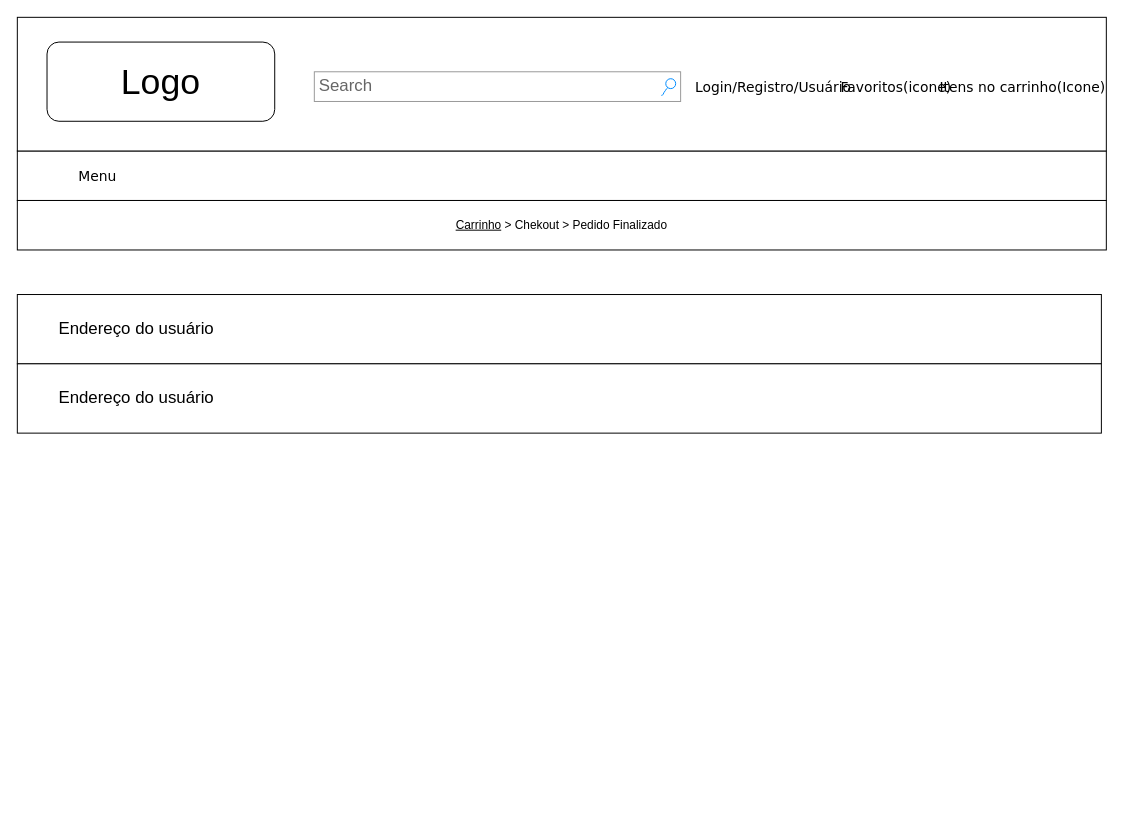
Above: page "7.1 Pagamento" (15 of 16) of wireframe.drawio in pdaambrosio/dh_group_5 (draw.io), before the change. Source tidied: cells renumbered, new cells numbered last; positions are measured from the earlier drawing's top-left corner, leaving out a move shared by most shapes. Both pictures are drawn from the tidied source at 99%, with x=0, y=0 at pixel (17, 17).
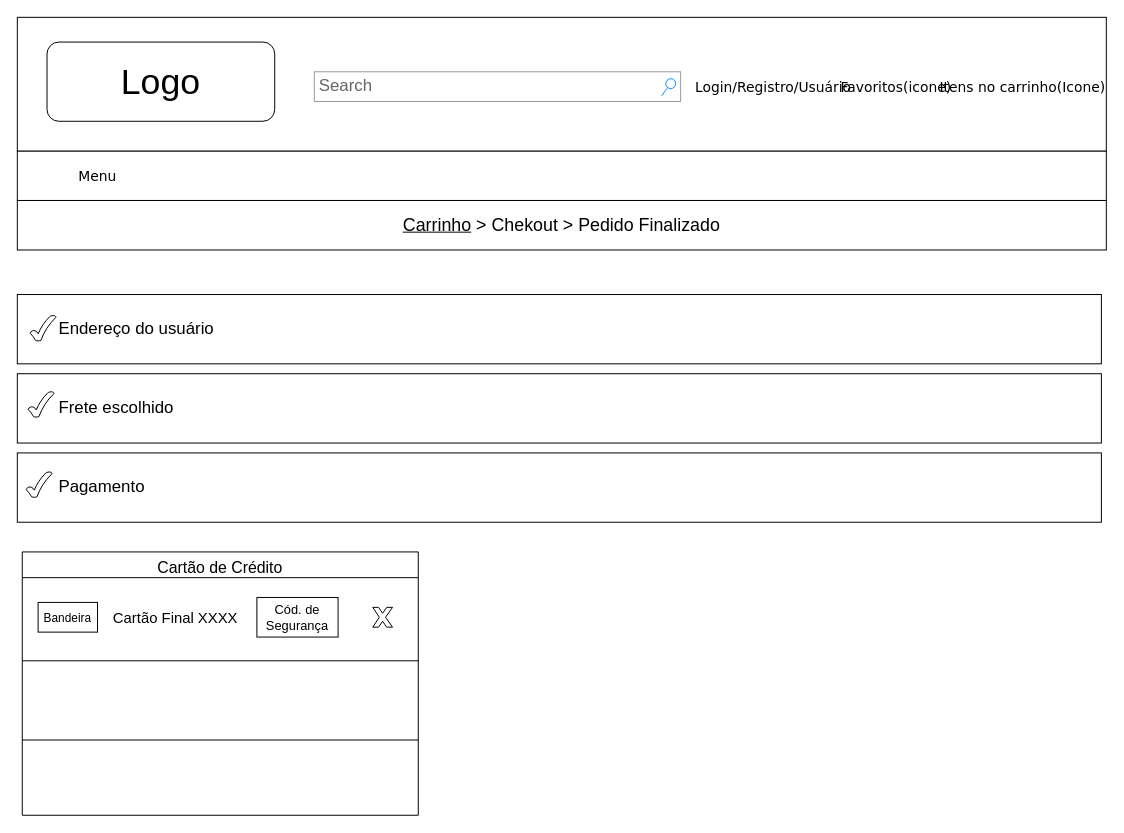
Above is the later version.

What changed in the source:
```diff
@@
-    <mxCell id="10" value="&lt;u&gt;Carrinho&lt;/u&gt; &amp;gt; Chekout &amp;gt; Pedido Finalizado" style="rounded=0;whiteSpace=wrap;html=1;" parent="1" vertex="1">
+    <mxCell id="10" value="&lt;font style=&quot;font-size: 18px&quot;&gt;&lt;u&gt;Carrinho&lt;/u&gt; &amp;gt; Chekout &amp;gt; Pedido Finalizado&lt;/font&gt;" style="rounded=0;whiteSpace=wrap;html=1;" parent="1" vertex="1">
       <mxGeometry y="185" width="1100" height="50" as="geometry" />
     </mxCell>
@@
-    <mxCell id="12" value="&lt;blockquote style=&quot;margin: 0 0 0 40px ; border: none ; padding: 0px&quot;&gt;&lt;font style=&quot;font-size: 17px&quot;&gt;Endereço do usuário&lt;/font&gt;&lt;/blockquote&gt;" style="rounded=0;whiteSpace=wrap;html=1;align=left;" parent="1" vertex="1">
-      <mxGeometry y="350" width="1095" height="70" as="geometry" />
+    <mxCell id="12" value="&lt;blockquote style=&quot;margin: 0 0 0 40px ; border: none ; padding: 0px&quot;&gt;&lt;font style=&quot;font-size: 17px&quot;&gt;Frete escolhido&lt;/font&gt;&lt;/blockquote&gt;" style="rounded=0;whiteSpace=wrap;html=1;align=left;" parent="1" vertex="1">
+      <mxGeometry y="360" width="1095" height="70" as="geometry" />
     </mxCell>
+    <mxCell id="13" value="&lt;blockquote style=&quot;margin: 0 0 0 40px ; border: none ; padding: 0px&quot;&gt;&lt;font style=&quot;font-size: 17px&quot;&gt;Pagamento&lt;/font&gt;&lt;/blockquote&gt;" style="rounded=0;whiteSpace=wrap;html=1;align=left;" parent="1" vertex="1">
+      <mxGeometry y="440" width="1095" height="70" as="geometry" />
+    </mxCell>
+    <mxCell id="14" value="Cartão de Crédito" style="swimlane;fontStyle=0;align=center;verticalAlign=top;horizontal=1;startSize=26;fontSize=16;" parent="1" vertex="1">
+      <mxGeometry x="5" y="540" width="400" height="266" as="geometry" />
+    </mxCell>
+    <mxCell id="15" value="Cartão Final XXXX" style="text;strokeColor=none;fillColor=none;align=left;verticalAlign=middle;spacingLeft=90;spacingRight=4;overflow=hidden;fontSize=15;labelBackgroundColor=none;" parent="14" vertex="1">
+      <mxGeometry y="26" width="400" height="80" as="geometry" />
+    </mxCell>
+    <mxCell id="16" style="line;strokeWidth=1;fillColor=none;align=left;verticalAlign=middle;spacingTop=-1;spacingLeft=3;spacingRight=3;labelPosition=right;" parent="14" vertex="1">
+      <mxGeometry y="106" width="400" height="8" as="geometry" />
+    </mxCell>
+    <mxCell id="17" style="line;strokeWidth=1;fillColor=none;align=left;verticalAlign=middle;spacingTop=-1;spacingLeft=3;spacingRight=3;labelPosition=right;" parent="14" vertex="1">
+      <mxGeometry y="114" width="400" height="152" as="geometry" />
+    </mxCell>
+    <mxCell id="18" value="Cód. de &lt;br&gt;Segurança" style="whiteSpace=wrap;html=1;labelBackgroundColor=none;fontSize=13;align=center;" parent="1" vertex="1">
+      <mxGeometry x="242" y="586" width="82" height="40" as="geometry" />
+    </mxCell>
+    <mxCell id="19" value="&lt;font style=&quot;font-size: 12px&quot;&gt;Bandeira&lt;/font&gt;" style="whiteSpace=wrap;html=1;labelBackgroundColor=none;fontSize=17;align=center;" parent="1" vertex="1">
+      <mxGeometry x="21" y="591" width="60" height="30" as="geometry" />
+    </mxCell>
+    <mxCell id="20" style="verticalLabelPosition=bottom;verticalAlign=top;html=1;shape=mxgraph.basic.x;labelBackgroundColor=none;fontSize=15;align=left;" parent="1" vertex="1">
+      <mxGeometry x="359" y="596" width="20" height="20" as="geometry" />
+    </mxCell>
+    <mxCell id="21" style="verticalLabelPosition=bottom;verticalAlign=top;html=1;shape=mxgraph.basic.tick;labelBackgroundColor=none;fontSize=15;align=left;" parent="1" vertex="1">
+      <mxGeometry x="9" y="459" width="26" height="26" as="geometry" />
+    </mxCell>
+    <mxCell id="22" style="verticalLabelPosition=bottom;verticalAlign=top;html=1;shape=mxgraph.basic.tick;labelBackgroundColor=none;fontSize=15;align=left;" parent="1" vertex="1">
+      <mxGeometry x="11" y="378" width="26" height="26" as="geometry" />
+    </mxCell>
+    <mxCell id="23" style="verticalLabelPosition=bottom;verticalAlign=top;html=1;shape=mxgraph.basic.tick;labelBackgroundColor=none;fontSize=15;align=left;" parent="1" vertex="1">
+      <mxGeometry x="13" y="301" width="26" height="26" as="geometry" />
+    </mxCell>
```
